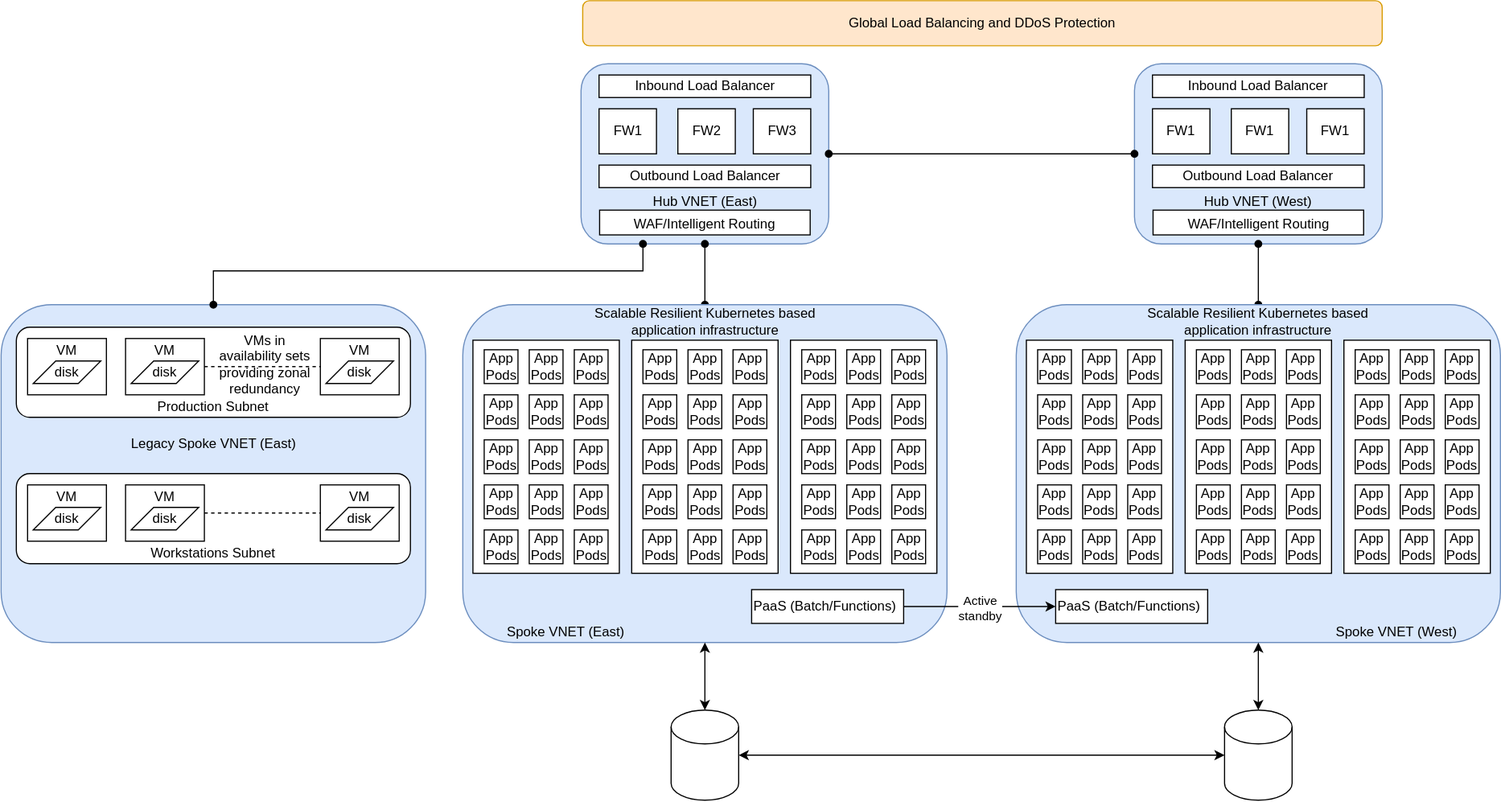
The draw.io diagram dr/futurestate.svg in vjavle/invoicecloud, before a commit. Source tidied: cells renumbered, new cells last; positions are measured from the earlier drawing's top-left corner, leaving out a move shared by most shapes.
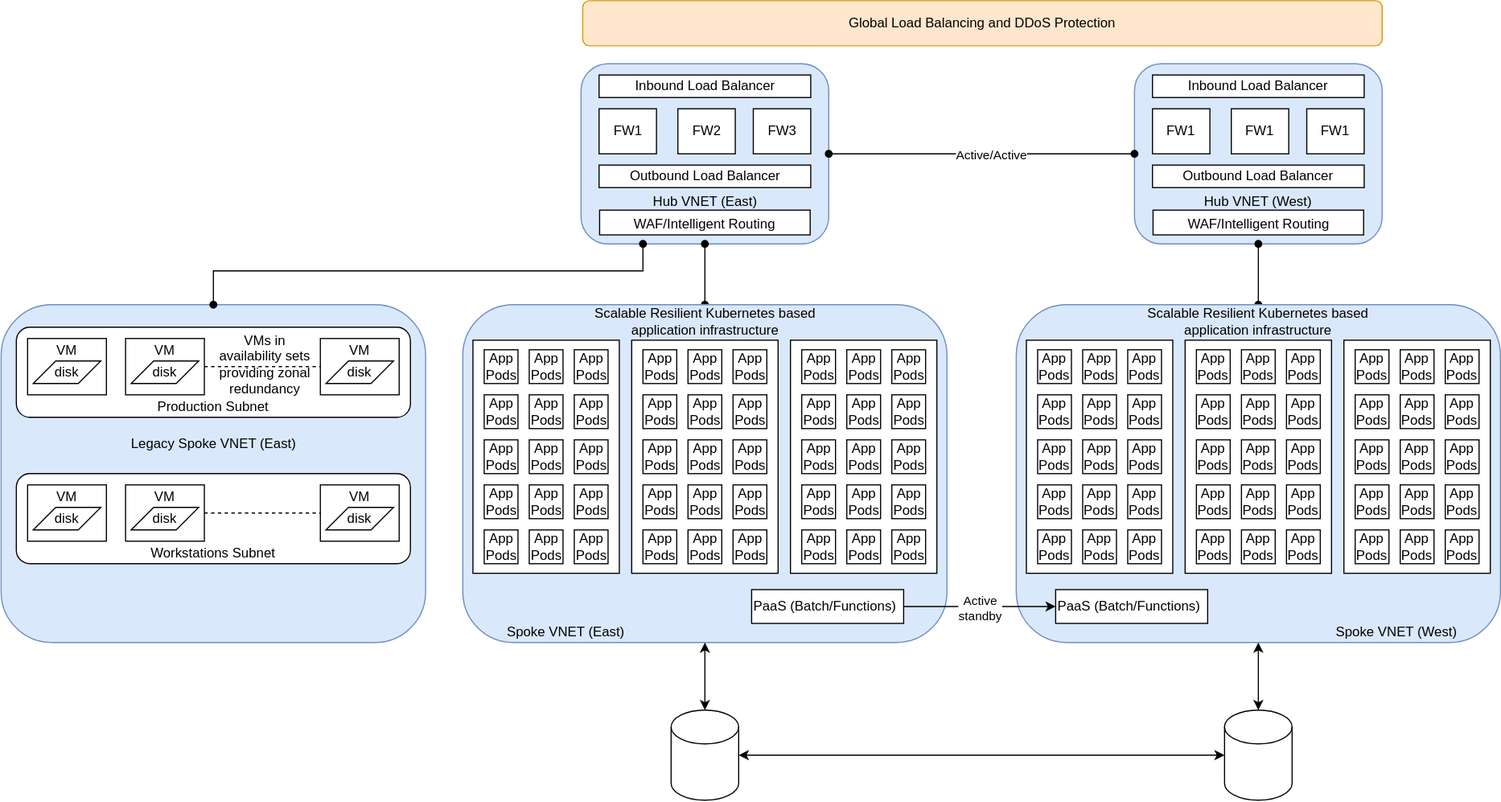
Later version of the same file.

Diff of the diagram source:
```diff
@@ -59,6 +59,11 @@
     <mxCell id="20" style="edgeStyle=orthogonalEdgeStyle;rounded=0;jettySize=auto;html=1;entryX=0;entryY=0.5;entryDx=0;entryDy=0;startArrow=oval;startFill=1;endArrow=oval;endFill=1;" parent="1" edge="1" source="4" target="12">
       <mxGeometry relative="1" as="geometry" />
     </mxCell>
+    <mxCell id="175" value="Active/Active" style="edgeLabel;html=1;align=center;verticalAlign=middle;" parent="20" vertex="1">
+      <mxGeometry x="-0.09" y="-1" relative="1" as="geometry">
+        <mxPoint x="21" as="offset" />
+      </mxGeometry>
+    </mxCell>
     <mxCell id="21" style="edgeStyle=orthogonalEdgeStyle;rounded=0;jettySize=auto;html=1;startArrow=oval;startFill=1;endArrow=oval;endFill=1;" parent="1" edge="1" source="12" target="164">
       <mxGeometry relative="1" as="geometry" />
     </mxCell>
```
